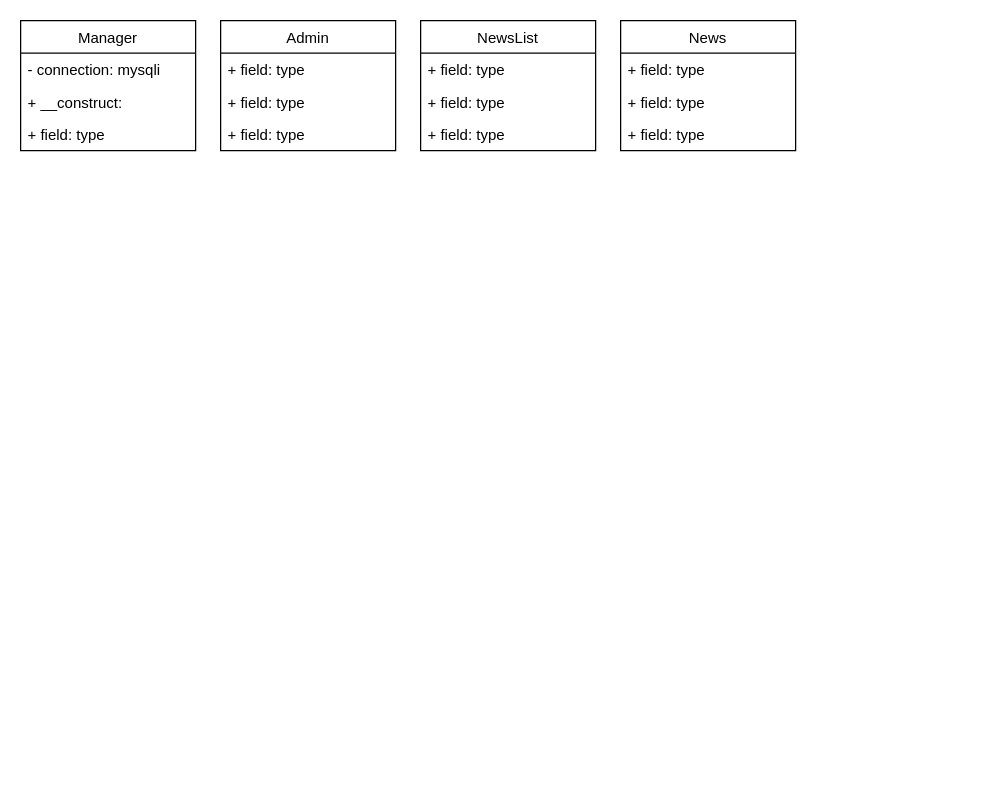
Above: webbutveckling/Webbutveckling2/Moment/Moment3/UML.drawio in EliasEriksson/miun (draw.io), before the change. Source tidied: cells renumbered, new cells numbered last; positions are measured from the earlier drawing's top-left corner, leaving out a move shared by most shapes. Both pictures are drawn from the tidied source at 125%, with x=0, y=0 at pixel (20, 20).
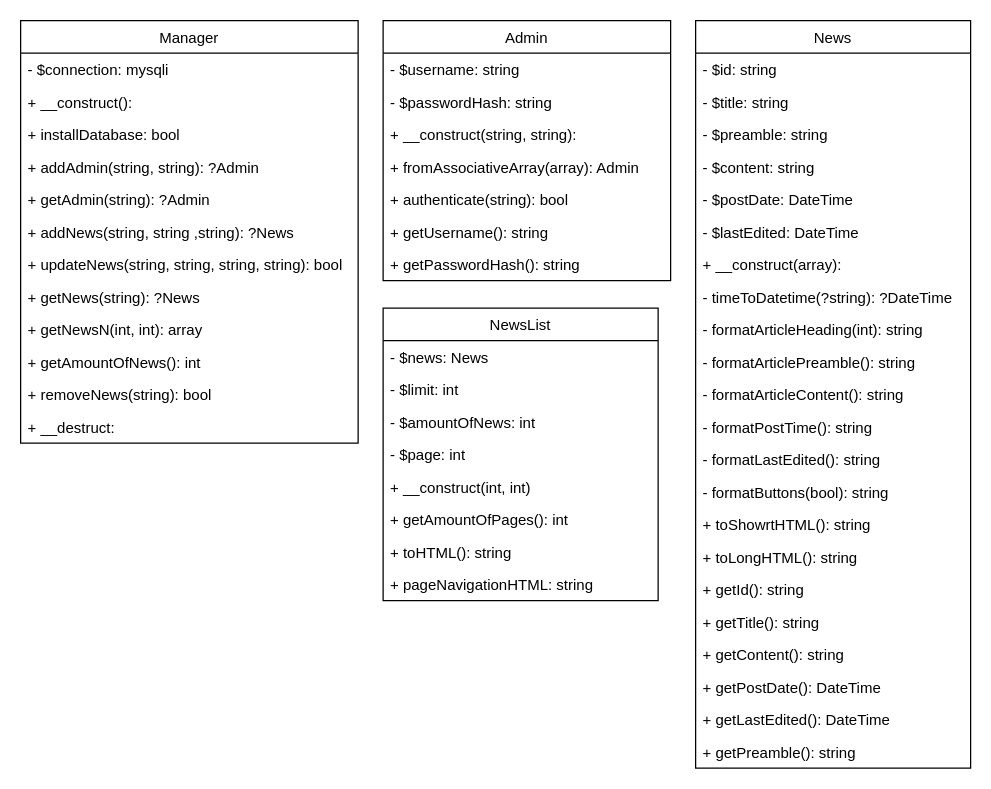
After the change.

Change to the diagram source:
```diff
@@
     <mxCell id="2" value="Manager" style="swimlane;fontStyle=0;horizontal=1;startSize=26;fillColor=none;" parent="1" vertex="1">
-      <mxGeometry width="140" height="104" as="geometry" />
+      <mxGeometry width="270" height="338" as="geometry" />
     </mxCell>
-    <mxCell id="3" value="- connection: mysqli" style="text;strokeColor=none;fillColor=none;align=left;verticalAlign=top;spacingLeft=4;spacingRight=4;overflow=hidden;" parent="2" vertex="1">
-      <mxGeometry y="26" width="140" height="26" as="geometry" />
+    <mxCell id="3" value="- $connection: mysqli" style="text;strokeColor=none;fillColor=none;align=left;verticalAlign=top;spacingLeft=4;spacingRight=4;overflow=hidden;" parent="2" vertex="1">
+      <mxGeometry y="26" width="270" height="26" as="geometry" />
     </mxCell>
-    <mxCell id="4" value="+ __construct:" style="text;strokeColor=none;fillColor=none;align=left;verticalAlign=top;spacingLeft=4;spacingRight=4;overflow=hidden;" parent="2" vertex="1">
-      <mxGeometry y="52" width="140" height="26" as="geometry" />
+    <mxCell id="4" value="+ __construct():" style="text;strokeColor=none;fillColor=none;align=left;verticalAlign=top;spacingLeft=4;spacingRight=4;overflow=hidden;" parent="2" vertex="1">
+      <mxGeometry y="52" width="270" height="26" as="geometry" />
     </mxCell>
+    <mxCell id="18" value="+ installDatabase: bool" style="text;strokeColor=none;fillColor=none;align=left;verticalAlign=top;spacingLeft=4;spacingRight=4;overflow=hidden;" parent="2" vertex="1">
+      <mxGeometry y="78" width="270" height="26" as="geometry" />
+    </mxCell>
-    <mxCell id="5" value="+ field: type" style="text;strokeColor=none;fillColor=none;align=left;verticalAlign=top;spacingLeft=4;spacingRight=4;overflow=hidden;" parent="2" vertex="1">
-      <mxGeometry y="78" width="140" height="26" as="geometry" />
+    <mxCell id="5" value="+ addAdmin(string, string): ?Admin" style="text;strokeColor=none;fillColor=none;align=left;verticalAlign=top;spacingLeft=4;spacingRight=4;overflow=hidden;" parent="2" vertex="1">
+      <mxGeometry y="104" width="270" height="26" as="geometry" />
     </mxCell>
+    <mxCell id="19" value="+ getAdmin(string): ?Admin" style="text;strokeColor=none;fillColor=none;align=left;verticalAlign=top;spacingLeft=4;spacingRight=4;overflow=hidden;" parent="2" vertex="1">
+      <mxGeometry y="130" width="270" height="26" as="geometry" />
+    </mxCell>
+    <mxCell id="20" value="+ addNews(string, string ,string): ?News" style="text;strokeColor=none;fillColor=none;align=left;verticalAlign=top;spacingLeft=4;spacingRight=4;overflow=hidden;" parent="2" vertex="1">
+      <mxGeometry y="156" width="270" height="26" as="geometry" />
+    </mxCell>
+    <mxCell id="21" value="+ updateNews(string, string, string, string): bool" style="text;strokeColor=none;fillColor=none;align=left;verticalAlign=top;spacingLeft=4;spacingRight=4;overflow=hidden;" parent="2" vertex="1">
+      <mxGeometry y="182" width="270" height="26" as="geometry" />
+    </mxCell>
+    <mxCell id="22" value="+ getNews(string): ?News" style="text;strokeColor=none;fillColor=none;align=left;verticalAlign=top;spacingLeft=4;spacingRight=4;overflow=hidden;" parent="2" vertex="1">
+      <mxGeometry y="208" width="270" height="26" as="geometry" />
+    </mxCell>
+    <mxCell id="23" value="+ getNewsN(int, int): array" style="text;strokeColor=none;fillColor=none;align=left;verticalAlign=top;spacingLeft=4;spacingRight=4;overflow=hidden;" parent="2" vertex="1">
+      <mxGeometry y="234" width="270" height="26" as="geometry" />
+    </mxCell>
+    <mxCell id="24" value="+ getAmountOfNews(): int" style="text;strokeColor=none;fillColor=none;align=left;verticalAlign=top;spacingLeft=4;spacingRight=4;overflow=hidden;" parent="2" vertex="1">
+      <mxGeometry y="260" width="270" height="26" as="geometry" />
+    </mxCell>
+    <mxCell id="25" value="+ removeNews(string): bool" style="text;strokeColor=none;fillColor=none;align=left;verticalAlign=top;spacingLeft=4;spacingRight=4;overflow=hidden;" parent="2" vertex="1">
+      <mxGeometry y="286" width="270" height="26" as="geometry" />
+    </mxCell>
+    <mxCell id="26" value="+ __destruct:" style="text;strokeColor=none;fillColor=none;align=left;verticalAlign=top;spacingLeft=4;spacingRight=4;overflow=hidden;" parent="2" vertex="1">
+      <mxGeometry y="312" width="270" height="26" as="geometry" />
+    </mxCell>
     <mxCell id="6" value="Admin" style="swimlane;fontStyle=0;horizontal=1;startSize=26;fillColor=none;" parent="1" vertex="1">
-      <mxGeometry x="160" width="140" height="104" as="geometry" />
+      <mxGeometry x="290" width="230" height="208" as="geometry" />
     </mxCell>
-    <mxCell id="7" value="+ field: type" style="text;strokeColor=none;fillColor=none;align=left;verticalAlign=top;spacingLeft=4;spacingRight=4;overflow=hidden;" parent="6" vertex="1">
-      <mxGeometry y="26" width="140" height="26" as="geometry" />
+    <mxCell id="7" value="- $username: string" style="text;strokeColor=none;fillColor=none;align=left;verticalAlign=top;spacingLeft=4;spacingRight=4;overflow=hidden;" parent="6" vertex="1">
+      <mxGeometry y="26" width="230" height="26" as="geometry" />
     </mxCell>
-    <mxCell id="8" value="+ field: type" style="text;strokeColor=none;fillColor=none;align=left;verticalAlign=top;spacingLeft=4;spacingRight=4;overflow=hidden;" parent="6" vertex="1">
-      <mxGeometry y="52" width="140" height="26" as="geometry" />
+    <mxCell id="8" value="- $passwordHash: string" style="text;strokeColor=none;fillColor=none;align=left;verticalAlign=top;spacingLeft=4;spacingRight=4;overflow=hidden;" parent="6" vertex="1">
+      <mxGeometry y="52" width="230" height="26" as="geometry" />
     </mxCell>
-    <mxCell id="9" value="+ field: type" style="text;strokeColor=none;fillColor=none;align=left;verticalAlign=top;spacingLeft=4;spacingRight=4;overflow=hidden;" parent="6" vertex="1">
-      <mxGeometry y="78" width="140" height="26" as="geometry" />
+    <mxCell id="9" value="+ __construct(string, string):" style="text;strokeColor=none;fillColor=none;align=left;verticalAlign=top;spacingLeft=4;spacingRight=4;overflow=hidden;" parent="6" vertex="1">
+      <mxGeometry y="78" width="230" height="26" as="geometry" />
     </mxCell>
+    <mxCell id="27" value="+ fromAssociativeArray(array): Admin" style="text;strokeColor=none;fillColor=none;align=left;verticalAlign=top;spacingLeft=4;spacingRight=4;overflow=hidden;" parent="6" vertex="1">
+      <mxGeometry y="104" width="230" height="26" as="geometry" />
+    </mxCell>
+    <mxCell id="28" value="+ authenticate(string): bool" style="text;strokeColor=none;fillColor=none;align=left;verticalAlign=top;spacingLeft=4;spacingRight=4;overflow=hidden;" parent="6" vertex="1">
+      <mxGeometry y="130" width="230" height="26" as="geometry" />
+    </mxCell>
+    <mxCell id="29" value="+ getUsername(): string" style="text;strokeColor=none;fillColor=none;align=left;verticalAlign=top;spacingLeft=4;spacingRight=4;overflow=hidden;" parent="6" vertex="1">
+      <mxGeometry y="156" width="230" height="26" as="geometry" />
+    </mxCell>
+    <mxCell id="30" value="+ getPasswordHash(): string" style="text;strokeColor=none;fillColor=none;align=left;verticalAlign=top;spacingLeft=4;spacingRight=4;overflow=hidden;" parent="6" vertex="1">
+      <mxGeometry y="182" width="230" height="26" as="geometry" />
+    </mxCell>
     <mxCell id="10" value="NewsList" style="swimlane;fontStyle=0;horizontal=1;startSize=26;fillColor=none;" parent="1" vertex="1">
-      <mxGeometry x="320" width="140" height="104" as="geometry" />
+      <mxGeometry x="290" y="230" width="220" height="234" as="geometry" />
     </mxCell>
-    <mxCell id="11" value="+ field: type" style="text;strokeColor=none;fillColor=none;align=left;verticalAlign=top;spacingLeft=4;spacingRight=4;overflow=hidden;" parent="10" vertex="1">
-      <mxGeometry y="26" width="140" height="26" as="geometry" />
+    <mxCell id="11" value="- $news: News" style="text;strokeColor=none;fillColor=none;align=left;verticalAlign=top;spacingLeft=4;spacingRight=4;overflow=hidden;" parent="10" vertex="1">
+      <mxGeometry y="26" width="220" height="26" as="geometry" />
     </mxCell>
-    <mxCell id="12" value="+ field: type" style="text;strokeColor=none;fillColor=none;align=left;verticalAlign=top;spacingLeft=4;spacingRight=4;overflow=hidden;" parent="10" vertex="1">
-      <mxGeometry y="52" width="140" height="26" as="geometry" />
+    <mxCell id="12" value="- $limit: int" style="text;strokeColor=none;fillColor=none;align=left;verticalAlign=top;spacingLeft=4;spacingRight=4;overflow=hidden;" parent="10" vertex="1">
+      <mxGeometry y="52" width="220" height="26" as="geometry" />
     </mxCell>
+    <mxCell id="31" value="- $amountOfNews: int" style="text;strokeColor=none;fillColor=none;align=left;verticalAlign=top;spacingLeft=4;spacingRight=4;overflow=hidden;" parent="10" vertex="1">
+      <mxGeometry y="78" width="220" height="26" as="geometry" />
+    </mxCell>
-    <mxCell id="13" value="+ field: type" style="text;strokeColor=none;fillColor=none;align=left;verticalAlign=top;spacingLeft=4;spacingRight=4;overflow=hidden;" parent="10" vertex="1">
-      <mxGeometry y="78" width="140" height="26" as="geometry" />
+    <mxCell id="13" value="- $page: int" style="text;strokeColor=none;fillColor=none;align=left;verticalAlign=top;spacingLeft=4;spacingRight=4;overflow=hidden;" parent="10" vertex="1">
+      <mxGeometry y="104" width="220" height="26" as="geometry" />
     </mxCell>
+    <mxCell id="32" value="+ __construct(int, int)" style="text;strokeColor=none;fillColor=none;align=left;verticalAlign=top;spacingLeft=4;spacingRight=4;overflow=hidden;" parent="10" vertex="1">
+      <mxGeometry y="130" width="220" height="26" as="geometry" />
+    </mxCell>
+    <mxCell id="33" value="+ getAmountOfPages(): int" style="text;strokeColor=none;fillColor=none;align=left;verticalAlign=top;spacingLeft=4;spacingRight=4;overflow=hidden;" parent="10" vertex="1">
+      <mxGeometry y="156" width="220" height="26" as="geometry" />
+    </mxCell>
+    <mxCell id="34" value="+ toHTML(): string" style="text;strokeColor=none;fillColor=none;align=left;verticalAlign=top;spacingLeft=4;spacingRight=4;overflow=hidden;" parent="10" vertex="1">
+      <mxGeometry y="182" width="220" height="26" as="geometry" />
+    </mxCell>
+    <mxCell id="35" value="+ pageNavigationHTML: string" style="text;strokeColor=none;fillColor=none;align=left;verticalAlign=top;spacingLeft=4;spacingRight=4;overflow=hidden;" parent="10" vertex="1">
+      <mxGeometry y="208" width="220" height="26" as="geometry" />
+    </mxCell>
     <mxCell id="14" value="News" style="swimlane;fontStyle=0;horizontal=1;startSize=26;fillColor=none;" parent="1" vertex="1">
-      <mxGeometry x="480" width="140" height="104" as="geometry" />
+      <mxGeometry x="540" width="220" height="598" as="geometry" />
     </mxCell>
-    <mxCell id="15" value="+ field: type" style="text;strokeColor=none;fillColor=none;align=left;verticalAlign=top;spacingLeft=4;spacingRight=4;overflow=hidden;" parent="14" vertex="1">
-      <mxGeometry y="26" width="140" height="26" as="geometry" />
+    <mxCell id="15" value="- $id: string" style="text;strokeColor=none;fillColor=none;align=left;verticalAlign=top;spacingLeft=4;spacingRight=4;overflow=hidden;" parent="14" vertex="1">
+      <mxGeometry y="26" width="220" height="26" as="geometry" />
     </mxCell>
-    <mxCell id="16" value="+ field: type" style="text;strokeColor=none;fillColor=none;align=left;verticalAlign=top;spacingLeft=4;spacingRight=4;overflow=hidden;" parent="14" vertex="1">
-      <mxGeometry y="52" width="140" height="26" as="geometry" />
+    <mxCell id="16" value="- $title: string" style="text;strokeColor=none;fillColor=none;align=left;verticalAlign=top;spacingLeft=4;spacingRight=4;overflow=hidden;" parent="14" vertex="1">
+      <mxGeometry y="52" width="220" height="26" as="geometry" />
     </mxCell>
-    <mxCell id="17" value="+ field: type" style="text;strokeColor=none;fillColor=none;align=left;verticalAlign=top;spacingLeft=4;spacingRight=4;overflow=hidden;" parent="14" vertex="1">
-      <mxGeometry y="78" width="140" height="26" as="geometry" />
+    <mxCell id="17" value="- $preamble: string" style="text;strokeColor=none;fillColor=none;align=left;verticalAlign=top;spacingLeft=4;spacingRight=4;overflow=hidden;" parent="14" vertex="1">
+      <mxGeometry y="78" width="220" height="26" as="geometry" />
     </mxCell>
+    <mxCell id="36" value="- $content: string" style="text;strokeColor=none;fillColor=none;align=left;verticalAlign=top;spacingLeft=4;spacingRight=4;overflow=hidden;" parent="14" vertex="1">
+      <mxGeometry y="104" width="220" height="26" as="geometry" />
+    </mxCell>
+    <mxCell id="37" value="- $postDate: DateTime" style="text;strokeColor=none;fillColor=none;align=left;verticalAlign=top;spacingLeft=4;spacingRight=4;overflow=hidden;" parent="14" vertex="1">
+      <mxGeometry y="130" width="220" height="26" as="geometry" />
+    </mxCell>
+    <mxCell id="38" value="- $lastEdited: DateTime" style="text;strokeColor=none;fillColor=none;align=left;verticalAlign=top;spacingLeft=4;spacingRight=4;overflow=hidden;" parent="14" vertex="1">
+      <mxGeometry y="156" width="220" height="26" as="geometry" />
+    </mxCell>
+    <mxCell id="39" value="+ __construct(array):" style="text;strokeColor=none;fillColor=none;align=left;verticalAlign=top;spacingLeft=4;spacingRight=4;overflow=hidden;" parent="14" vertex="1">
+      <mxGeometry y="182" width="220" height="26" as="geometry" />
+    </mxCell>
+    <mxCell id="40" value="- timeToDatetime(?string): ?DateTime" style="text;strokeColor=none;fillColor=none;align=left;verticalAlign=top;spacingLeft=4;spacingRight=4;overflow=hidden;" parent="14" vertex="1">
+      <mxGeometry y="208" width="220" height="26" as="geometry" />
+    </mxCell>
+    <mxCell id="41" value="- formatArticleHeading(int): string" style="text;strokeColor=none;fillColor=none;align=left;verticalAlign=top;spacingLeft=4;spacingRight=4;overflow=hidden;" parent="14" vertex="1">
+      <mxGeometry y="234" width="220" height="26" as="geometry" />
+    </mxCell>
+    <mxCell id="42" value="- formatArticlePreamble(): string" style="text;strokeColor=none;fillColor=none;align=left;verticalAlign=top;spacingLeft=4;spacingRight=4;overflow=hidden;" parent="14" vertex="1">
+      <mxGeometry y="260" width="220" height="26" as="geometry" />
+    </mxCell>
+    <mxCell id="43" value="- formatArticleContent(): string" style="text;strokeColor=none;fillColor=none;align=left;verticalAlign=top;spacingLeft=4;spacingRight=4;overflow=hidden;" parent="14" vertex="1">
+      <mxGeometry y="286" width="220" height="26" as="geometry" />
+    </mxCell>
+    <mxCell id="44" value="- formatPostTime(): string" style="text;strokeColor=none;fillColor=none;align=left;verticalAlign=top;spacingLeft=4;spacingRight=4;overflow=hidden;" parent="14" vertex="1">
+      <mxGeometry y="312" width="220" height="26" as="geometry" />
+    </mxCell>
+    <mxCell id="45" value="- formatLastEdited(): string" style="text;strokeColor=none;fillColor=none;align=left;verticalAlign=top;spacingLeft=4;spacingRight=4;overflow=hidden;" parent="14" vertex="1">
+      <mxGeometry y="338" width="220" height="26" as="geometry" />
+    </mxCell>
+    <mxCell id="46" value="- formatButtons(bool): string" style="text;strokeColor=none;fillColor=none;align=left;verticalAlign=top;spacingLeft=4;spacingRight=4;overflow=hidden;" parent="14" vertex="1">
+      <mxGeometry y="364" width="220" height="26" as="geometry" />
+    </mxCell>
+    <mxCell id="47" value="+ toShowrtHTML(): string" style="text;strokeColor=none;fillColor=none;align=left;verticalAlign=top;spacingLeft=4;spacingRight=4;overflow=hidden;" parent="14" vertex="1">
+      <mxGeometry y="390" width="220" height="26" as="geometry" />
+    </mxCell>
+    <mxCell id="48" value="+ toLongHTML(): string" style="text;strokeColor=none;fillColor=none;align=left;verticalAlign=top;spacingLeft=4;spacingRight=4;overflow=hidden;" parent="14" vertex="1">
+      <mxGeometry y="416" width="220" height="26" as="geometry" />
+    </mxCell>
+    <mxCell id="49" value="+ getId(): string" style="text;strokeColor=none;fillColor=none;align=left;verticalAlign=top;spacingLeft=4;spacingRight=4;overflow=hidden;" parent="14" vertex="1">
+      <mxGeometry y="442" width="220" height="26" as="geometry" />
+    </mxCell>
+    <mxCell id="50" value="+ getTitle(): string" style="text;strokeColor=none;fillColor=none;align=left;verticalAlign=top;spacingLeft=4;spacingRight=4;overflow=hidden;" parent="14" vertex="1">
+      <mxGeometry y="468" width="220" height="26" as="geometry" />
+    </mxCell>
+    <mxCell id="51" value="+ getContent(): string" style="text;strokeColor=none;fillColor=none;align=left;verticalAlign=top;spacingLeft=4;spacingRight=4;overflow=hidden;" parent="14" vertex="1">
+      <mxGeometry y="494" width="220" height="26" as="geometry" />
+    </mxCell>
+    <mxCell id="52" value="+ getPostDate(): DateTime" style="text;strokeColor=none;fillColor=none;align=left;verticalAlign=top;spacingLeft=4;spacingRight=4;overflow=hidden;" parent="14" vertex="1">
+      <mxGeometry y="520" width="220" height="26" as="geometry" />
+    </mxCell>
+    <mxCell id="53" value="+ getLastEdited(): DateTime" style="text;strokeColor=none;fillColor=none;align=left;verticalAlign=top;spacingLeft=4;spacingRight=4;overflow=hidden;" parent="14" vertex="1">
+      <mxGeometry y="546" width="220" height="26" as="geometry" />
+    </mxCell>
+    <mxCell id="54" value="+ getPreamble(): string" style="text;strokeColor=none;fillColor=none;align=left;verticalAlign=top;spacingLeft=4;spacingRight=4;overflow=hidden;" parent="14" vertex="1">
+      <mxGeometry y="572" width="220" height="26" as="geometry" />
+    </mxCell>
```
